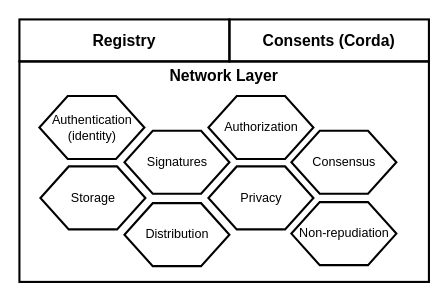
The draw.io diagram registry target architecture overview.drawio in nuts-foundation/nuts-wiki-assets, before the edit. Source tidied: cells renumbered, new cells numbered last; positions are measured from the earlier drawing's top-left corner, leaving out a move shared by most shapes. Both pictures are drawn from the tidied source at 105%, with x=0, y=0 at pixel (19, 19).
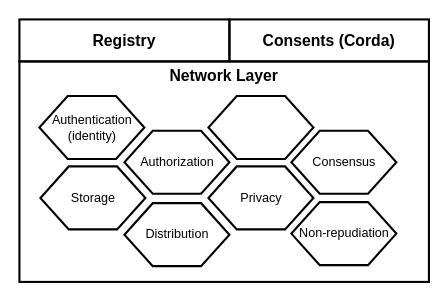
Above is the later version.

Diff of the diagram source:
```diff
@@
 <mxGraphModel>
   <root>
     <mxCell id="0" />
     <mxCell id="1" parent="0" />
     <mxCell id="2" value="Network Layer" style="rounded=0;whiteSpace=wrap;html=1;strokeWidth=2;gradientColor=none;fillColor=none;labelPosition=center;verticalLabelPosition=top;align=center;verticalAlign=bottom;spacingTop=0;spacing=-23;fontStyle=1;fontSize=15;" parent="1" vertex="1">
       <mxGeometry y="40" width="390" height="210" as="geometry" />
     </mxCell>
     <mxCell id="3" value="Storage" style="verticalLabelPosition=middle;verticalAlign=middle;html=1;shape=hexagon;perimeter=hexagonPerimeter2;arcSize=6;size=0.27;strokeWidth=2;labelPosition=center;align=center;" parent="1" vertex="1">
       <mxGeometry x="20" y="140" width="100" height="60" as="geometry" />
     </mxCell>
     <mxCell id="4" value="Distribution" style="verticalLabelPosition=middle;verticalAlign=middle;html=1;shape=hexagon;perimeter=hexagonPerimeter2;arcSize=6;size=0.27;strokeWidth=2;labelPosition=center;align=center;" parent="1" vertex="1">
       <mxGeometry x="100" y="175" width="100" height="60" as="geometry" />
     </mxCell>
     <mxCell id="5" value="Consensus" style="verticalLabelPosition=middle;verticalAlign=middle;html=1;shape=hexagon;perimeter=hexagonPerimeter2;arcSize=6;size=0.27;strokeWidth=2;labelPosition=center;align=center;" parent="1" vertex="1">
       <mxGeometry x="259" y="106" width="100" height="60" as="geometry" />
     </mxCell>
     <mxCell id="6" value="Privacy" style="verticalLabelPosition=middle;verticalAlign=middle;html=1;shape=hexagon;perimeter=hexagonPerimeter2;arcSize=6;size=0.27;strokeWidth=2;labelPosition=center;align=center;" parent="1" vertex="1">
       <mxGeometry x="180" y="140" width="100" height="60" as="geometry" />
     </mxCell>
-    <mxCell id="7" value="Signatures" style="verticalLabelPosition=middle;verticalAlign=middle;html=1;shape=hexagon;perimeter=hexagonPerimeter2;arcSize=6;size=0.27;strokeWidth=2;labelPosition=center;align=center;" parent="1" vertex="1">
+    <mxCell id="7" value="Authorization" style="verticalLabelPosition=middle;verticalAlign=middle;html=1;shape=hexagon;perimeter=hexagonPerimeter2;arcSize=6;size=0.27;strokeWidth=2;labelPosition=center;align=center;" parent="1" vertex="1">
       <mxGeometry x="100" y="106" width="100" height="60" as="geometry" />
     </mxCell>
     <mxCell id="8" value="Consents (Corda)" style="rounded=0;whiteSpace=wrap;html=1;strokeWidth=2;gradientColor=none;fillColor=none;labelPosition=center;verticalLabelPosition=middle;align=center;verticalAlign=middle;spacingTop=0;spacing=0;fontStyle=1;fontSize=15;" parent="1" vertex="1">
       <mxGeometry x="200" width="190" height="40" as="geometry" />
     </mxCell>
     <mxCell id="9" value="Registry" style="rounded=0;whiteSpace=wrap;html=1;strokeWidth=2;gradientColor=none;fillColor=none;labelPosition=center;verticalLabelPosition=middle;align=center;verticalAlign=middle;spacingTop=0;spacing=0;fontStyle=1;fontSize=15;" parent="1" vertex="1">
       <mxGeometry width="200" height="40" as="geometry" />
     </mxCell>
     <mxCell id="10" value="Non-repudiation" style="verticalLabelPosition=middle;verticalAlign=middle;html=1;shape=hexagon;perimeter=hexagonPerimeter2;arcSize=6;size=0.27;strokeWidth=2;labelPosition=center;align=center;" parent="1" vertex="1">
       <mxGeometry x="259" y="174" width="100" height="60" as="geometry" />
     </mxCell>
-    <mxCell id="11" value="Authorization" style="verticalLabelPosition=middle;verticalAlign=middle;html=1;shape=hexagon;perimeter=hexagonPerimeter2;arcSize=6;size=0.27;strokeWidth=2;labelPosition=center;align=center;" parent="1" vertex="1">
+    <mxCell id="11" style="verticalLabelPosition=middle;verticalAlign=middle;html=1;shape=hexagon;perimeter=hexagonPerimeter2;arcSize=6;size=0.27;strokeWidth=2;labelPosition=center;align=center;" parent="1" vertex="1">
       <mxGeometry x="180" y="73" width="100" height="60" as="geometry" />
     </mxCell>
     <mxCell id="12" value="Authentication&lt;br&gt;(identity)" style="verticalLabelPosition=middle;verticalAlign=middle;html=1;shape=hexagon;perimeter=hexagonPerimeter2;arcSize=6;size=0.27;strokeWidth=2;labelPosition=center;align=center;" parent="1" vertex="1">
       <mxGeometry x="19" y="73" width="100" height="60" as="geometry" />
     </mxCell>
   </root>
 </mxGraphModel>
```
